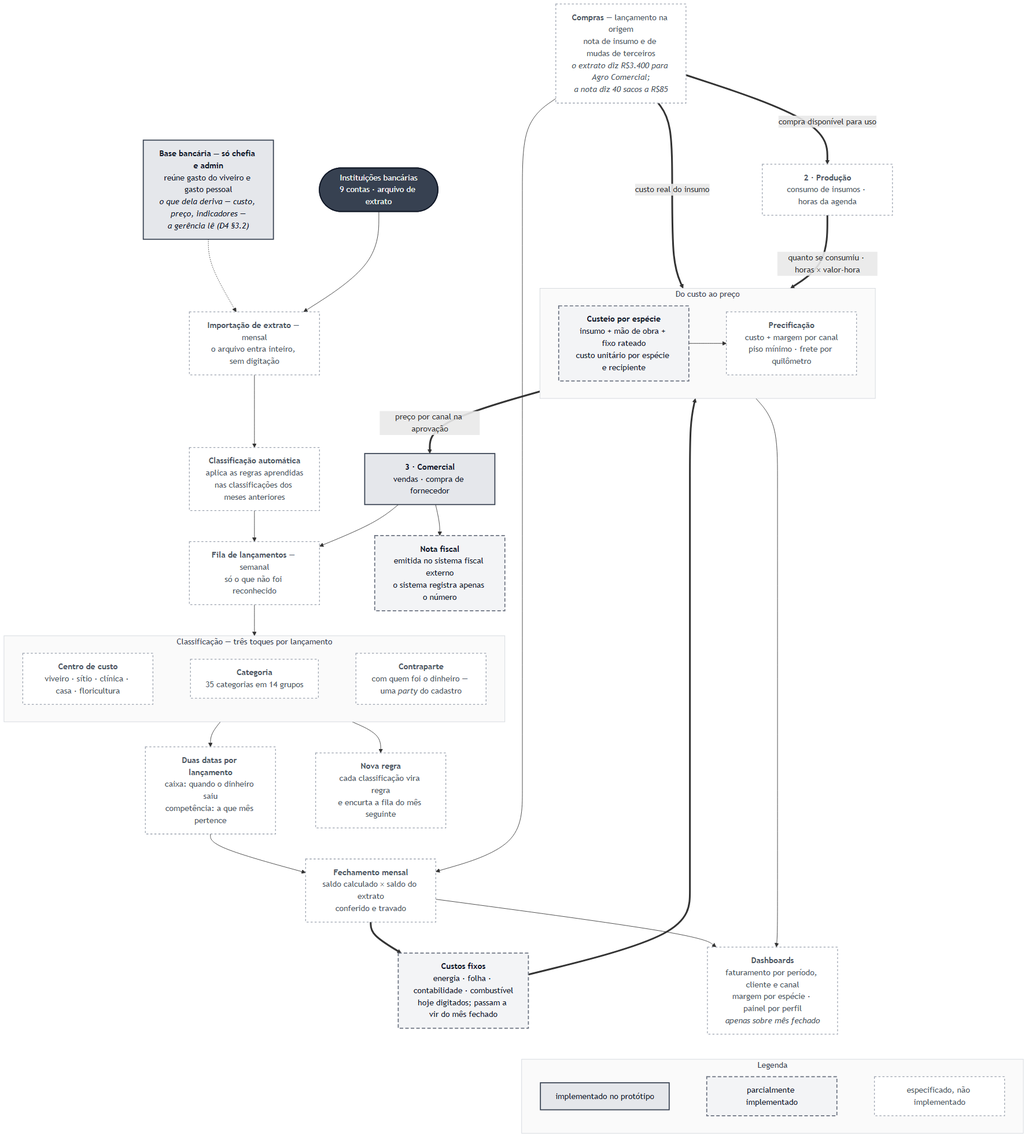
This is docs/rotinas/img/mapa-4-financeiro.png from JoaoMudar/mudar, a Mermaid export, as it was before one commit. Its source is kept beside it as docs/rotinas/img/mapa-4-financeiro.mmd.
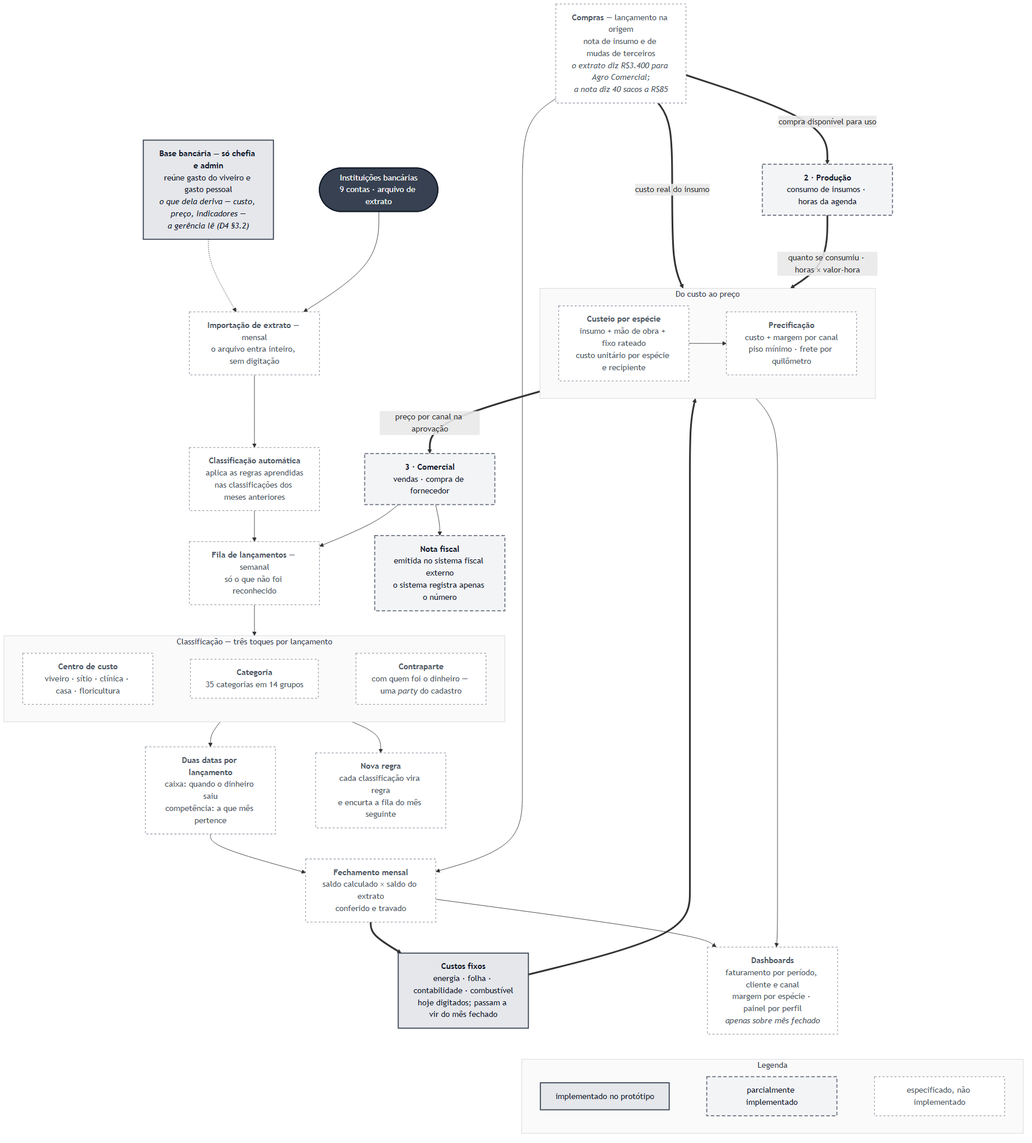
After the change.

What changed in the source:
```diff
@@ -62,14 +62,15 @@
   end
   DSH ~~~ LEG
 
-  classDef feito fill:#e5e7eb,stroke:#374151,stroke-width:2px,color:#111827
-  classDef parcial fill:#f3f4f6,stroke:#6b7280,stroke-width:2px,color:#111827,stroke-dasharray:7 4
-  classDef futuro fill:#ffffff,stroke:#9ca3af,stroke-width:1.5px,color:#4b5563,stroke-dasharray:4 4
+  classDef ok fill:#dcfce7,stroke:#16a34a,stroke-width:2px,color:#111
+  classDef meio fill:#fef3c7,stroke:#d97706,stroke-width:2px,color:#111
+  classDef falta fill:#fee2e2,stroke:#dc2626,stroke-width:2px,color:#111
+  classDef grupo fill:#f8fafc,stroke:#cbd5e1,stroke-width:1px,color:#334155
   classDef ator fill:#374151,stroke:#111827,stroke-width:2px,color:#f9fafb
-  classDef grupo fill:#fafafa,stroke:#d1d5db,stroke-width:1px,color:#374151
+  classDef decisao fill:#e2e8f0,stroke:#475569,stroke-width:2px,color:#111
 
-  class ACE,COM,L1 feito
-  class CFX,CUS,NF,L2 parcial
-  class IMP,AUT,FIL,C1,C2,C3,DAT,REG,FEC,CPR,PRE,DSH,PRO,L3 futuro
+  class ACE,CFX,L1 ok
+  class COM,PRO,NF,L2 meio
+  class IMP,AUT,FIL,C1,C2,C3,DAT,REG,FEC,CPR,CUS,PRE,DSH,L3 falta
   class BAN ator
   class CLA,PRECO,LEG grupo
```
